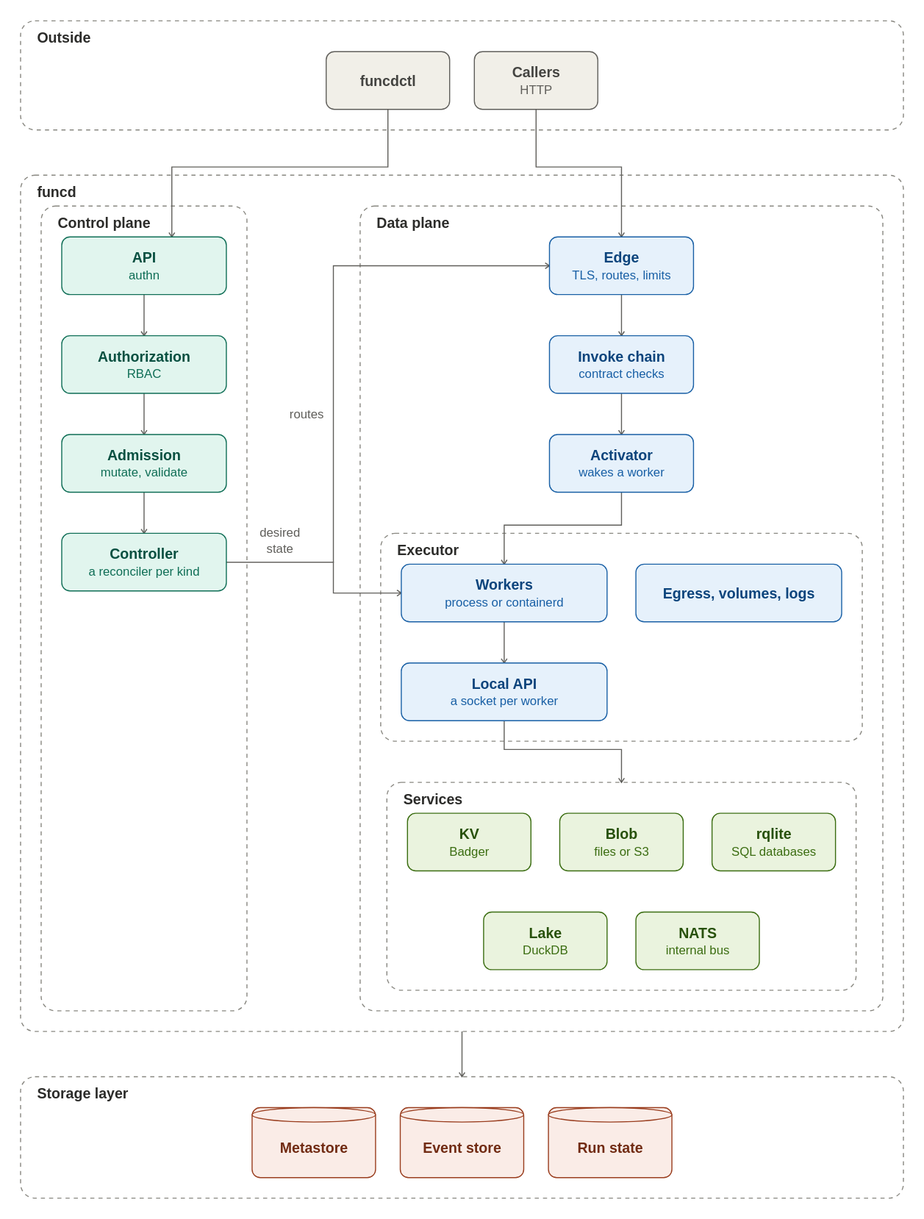
Before: docs/guide/assets/architecture.drawio.svg, a diagram exported from draw.io (pyvvo/funcd). Source tidied: cells renumbered, new cells last; positions are measured from the earlier drawing's top-left corner, leaving out a move shared by most shapes.
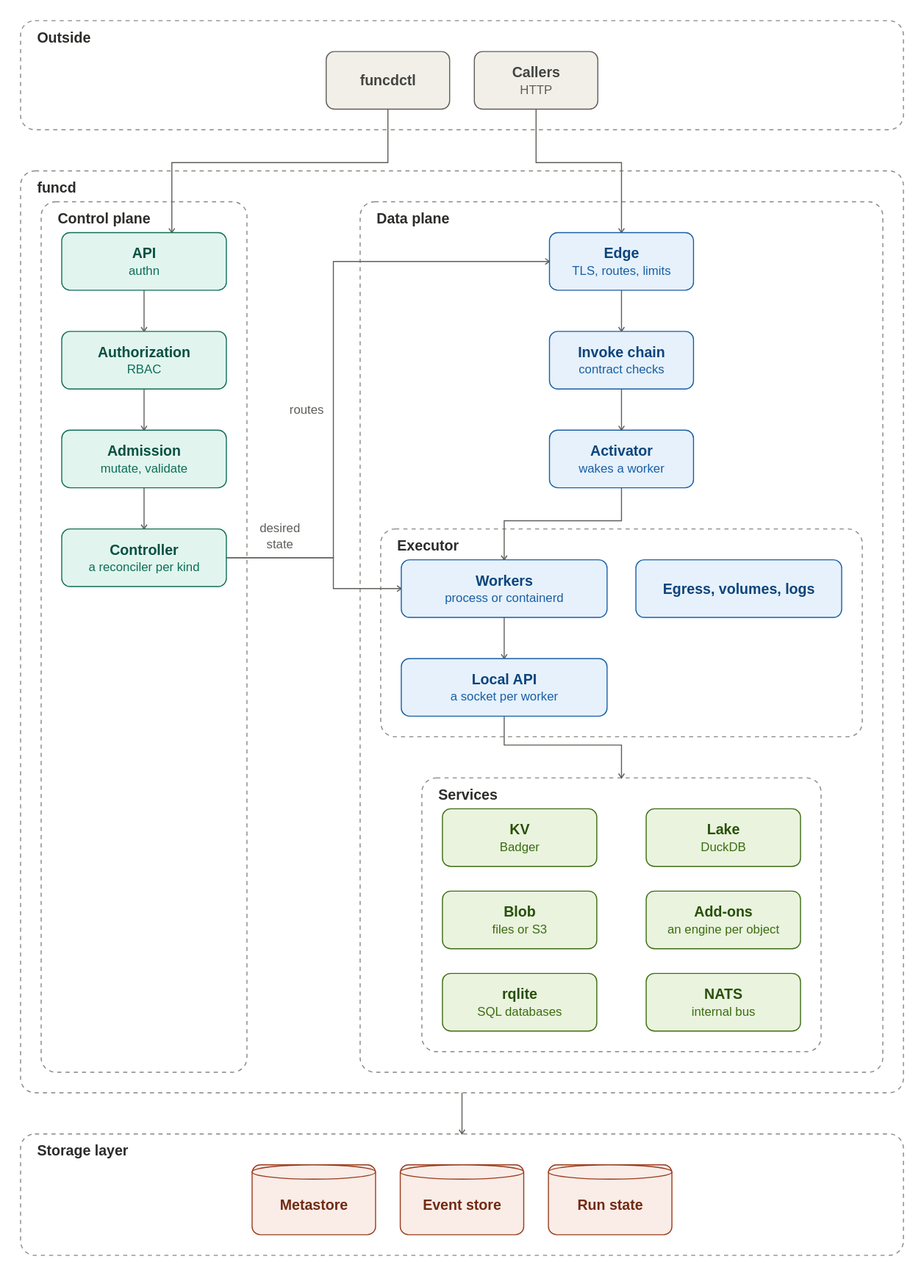
The same diagram one commit later.

Commit message:
docs(guide): the architecture pages show the add-on engines and the capture of every engine's output

The edit, as a diff of the source:
```diff
@@ -12,10 +12,10 @@
       <mxGeometry x="441" y="30" width="120" height="56" as="geometry" />
     </mxCell>
     <mxCell id="5" value="funcd" style="rounded=1;absoluteArcSize=1;arcSize=28;dashed=1;fillColor=none;strokeColor=#888780;fontStyle=1;fontSize=14;fontColor=#2C2C2A;align=left;verticalAlign=top;spacingLeft=10;spacingTop=2;html=1;" parent="1" vertex="1">
-      <mxGeometry y="150" width="858" height="832" as="geometry" />
+      <mxGeometry y="146" width="858" height="896" as="geometry" />
     </mxCell>
     <mxCell id="6" value="Control plane" style="rounded=1;absoluteArcSize=1;arcSize=28;dashed=1;fillColor=none;strokeColor=#888780;fontStyle=1;fontSize=14;fontColor=#2C2C2A;align=left;verticalAlign=top;spacingLeft=10;spacingTop=2;html=1;" parent="5" vertex="1">
-      <mxGeometry x="20" y="30" width="200" height="782" as="geometry" />
+      <mxGeometry x="20" y="30" width="200" height="846" as="geometry" />
     </mxCell>
     <mxCell id="7" value="&lt;b&gt;API&lt;/b&gt;&lt;br&gt;&lt;font style=&quot;font-size:12px&quot; color=&quot;#0F6E56&quot;&gt;authn&lt;/font&gt;" style="rounded=1;absoluteArcSize=1;arcSize=16;whiteSpace=wrap;html=1;fillColor=#E1F5EE;strokeColor=#0F6E56;fontColor=#085041;fontSize=14;" parent="6" vertex="1">
       <mxGeometry x="20" y="30" width="160" height="56" as="geometry" />
@@ -30,7 +30,7 @@
       <mxGeometry x="20" y="318" width="160" height="56" as="geometry" />
     </mxCell>
     <mxCell id="11" value="Data plane" style="rounded=1;absoluteArcSize=1;arcSize=28;dashed=1;fillColor=none;strokeColor=#888780;fontStyle=1;fontSize=14;fontColor=#2C2C2A;align=left;verticalAlign=top;spacingLeft=10;spacingTop=2;html=1;" parent="5" vertex="1">
-      <mxGeometry x="330" y="30" width="508" height="782" as="geometry" />
+      <mxGeometry x="330" y="30" width="508" height="846" as="geometry" />
     </mxCell>
     <mxCell id="12" value="&lt;b&gt;Edge&lt;/b&gt;&lt;br&gt;&lt;font style=&quot;font-size:12px&quot; color=&quot;#185FA5&quot;&gt;TLS, routes, limits&lt;/font&gt;" style="rounded=1;absoluteArcSize=1;arcSize=16;whiteSpace=wrap;html=1;fillColor=#E6F1FB;strokeColor=#185FA5;fontColor=#0C447C;fontSize=14;" parent="11" vertex="1">
       <mxGeometry x="184" y="30" width="140" height="56" as="geometry" />
@@ -54,40 +54,43 @@
       <mxGeometry x="248" y="30" width="200" height="56" as="geometry" />
     </mxCell>
     <mxCell id="19" value="Services" style="rounded=1;absoluteArcSize=1;arcSize=28;dashed=1;fillColor=none;strokeColor=#888780;fontStyle=1;fontSize=14;fontColor=#2C2C2A;align=left;verticalAlign=top;spacingLeft=10;spacingTop=2;html=1;" parent="11" vertex="1">
-      <mxGeometry x="26" y="560" width="456" height="202" as="geometry" />
+      <mxGeometry x="60" y="560" width="388" height="266" as="geometry" />
     </mxCell>
     <mxCell id="20" value="&lt;b&gt;KV&lt;/b&gt;&lt;br&gt;&lt;font style=&quot;font-size:12px&quot; color=&quot;#3B6D11&quot;&gt;Badger&lt;/font&gt;" style="rounded=1;absoluteArcSize=1;arcSize=16;whiteSpace=wrap;html=1;fillColor=#EAF3DE;strokeColor=#3B6D11;fontColor=#27500A;fontSize=14;" parent="19" vertex="1">
-      <mxGeometry x="20" y="30" width="120" height="56" as="geometry" />
+      <mxGeometry x="20" y="30" width="150" height="56" as="geometry" />
     </mxCell>
     <mxCell id="21" value="&lt;b&gt;Blob&lt;/b&gt;&lt;br&gt;&lt;font style=&quot;font-size:12px&quot; color=&quot;#3B6D11&quot;&gt;files or S3&lt;/font&gt;" style="rounded=1;absoluteArcSize=1;arcSize=16;whiteSpace=wrap;html=1;fillColor=#EAF3DE;strokeColor=#3B6D11;fontColor=#27500A;fontSize=14;" parent="19" vertex="1">
-      <mxGeometry x="168" y="30" width="120" height="56" as="geometry" />
+      <mxGeometry x="20" y="110" width="150" height="56" as="geometry" />
     </mxCell>
     <mxCell id="22" value="&lt;b&gt;rqlite&lt;/b&gt;&lt;br&gt;&lt;font style=&quot;font-size:12px&quot; color=&quot;#3B6D11&quot;&gt;SQL databases&lt;/font&gt;" style="rounded=1;absoluteArcSize=1;arcSize=16;whiteSpace=wrap;html=1;fillColor=#EAF3DE;strokeColor=#3B6D11;fontColor=#27500A;fontSize=14;" parent="19" vertex="1">
-      <mxGeometry x="316" y="30" width="120" height="56" as="geometry" />
+      <mxGeometry x="20" y="190" width="150" height="56" as="geometry" />
     </mxCell>
     <mxCell id="23" value="&lt;b&gt;Lake&lt;/b&gt;&lt;br&gt;&lt;font style=&quot;font-size:12px&quot; color=&quot;#3B6D11&quot;&gt;DuckDB&lt;/font&gt;" style="rounded=1;absoluteArcSize=1;arcSize=16;whiteSpace=wrap;html=1;fillColor=#EAF3DE;strokeColor=#3B6D11;fontColor=#27500A;fontSize=14;" parent="19" vertex="1">
-      <mxGeometry x="94" y="126" width="120" height="56" as="geometry" />
+      <mxGeometry x="218" y="30" width="150" height="56" as="geometry" />
     </mxCell>
-    <mxCell id="24" value="&lt;b&gt;NATS&lt;/b&gt;&lt;br&gt;&lt;font style=&quot;font-size:12px&quot; color=&quot;#3B6D11&quot;&gt;internal bus&lt;/font&gt;" style="rounded=1;absoluteArcSize=1;arcSize=16;whiteSpace=wrap;html=1;fillColor=#EAF3DE;strokeColor=#3B6D11;fontColor=#27500A;fontSize=14;" parent="19" vertex="1">
-      <mxGeometry x="242" y="126" width="120" height="56" as="geometry" />
+    <mxCell id="24" value="&lt;b&gt;Add-ons&lt;/b&gt;&lt;br&gt;&lt;font style=&quot;font-size:12px&quot; color=&quot;#3B6D11&quot;&gt;an engine per object&lt;/font&gt;" style="rounded=1;absoluteArcSize=1;arcSize=16;whiteSpace=wrap;html=1;fillColor=#EAF3DE;strokeColor=#3B6D11;fontColor=#27500A;fontSize=14;" parent="19" vertex="1">
+      <mxGeometry x="218" y="110" width="150" height="56" as="geometry" />
     </mxCell>
-    <mxCell id="25" value="Storage layer" style="rounded=1;absoluteArcSize=1;arcSize=28;dashed=1;fillColor=none;strokeColor=#888780;fontStyle=1;fontSize=14;fontColor=#2C2C2A;align=left;verticalAlign=top;spacingLeft=10;spacingTop=2;html=1;" parent="1" vertex="1">
-      <mxGeometry y="1026" width="858" height="118" as="geometry" />
+    <mxCell id="25" value="&lt;b&gt;NATS&lt;/b&gt;&lt;br&gt;&lt;font style=&quot;font-size:12px&quot; color=&quot;#3B6D11&quot;&gt;internal bus&lt;/font&gt;" style="rounded=1;absoluteArcSize=1;arcSize=16;whiteSpace=wrap;html=1;fillColor=#EAF3DE;strokeColor=#3B6D11;fontColor=#27500A;fontSize=14;" parent="19" vertex="1">
+      <mxGeometry x="218" y="190" width="150" height="56" as="geometry" />
     </mxCell>
-    <mxCell id="26" value="&lt;b&gt;Metastore&lt;/b&gt;" style="shape=cylinder3;boundedLbl=1;size=8;whiteSpace=wrap;html=1;fillColor=#FAECE7;strokeColor=#993C1D;fontColor=#712B13;fontSize=14;" parent="25" vertex="1">
-      <mxGeometry x="225" y="30" width="120" height="68" as="geometry" />
+    <mxCell id="26" value="Storage layer" style="rounded=1;absoluteArcSize=1;arcSize=28;dashed=1;fillColor=none;strokeColor=#888780;fontStyle=1;fontSize=14;fontColor=#2C2C2A;align=left;verticalAlign=top;spacingLeft=10;spacingTop=2;html=1;" parent="1" vertex="1">
+      <mxGeometry y="1082" width="858" height="118" as="geometry" />
     </mxCell>
-    <mxCell id="27" value="&lt;b&gt;Event store&lt;/b&gt;" style="shape=cylinder3;boundedLbl=1;size=8;whiteSpace=wrap;html=1;fillColor=#FAECE7;strokeColor=#993C1D;fontColor=#712B13;fontSize=14;" parent="25" vertex="1">
-      <mxGeometry x="369" y="30" width="120" height="68" as="geometry" />
+    <mxCell id="27" value="&lt;b&gt;Metastore&lt;/b&gt;" style="shape=cylinder3;boundedLbl=1;size=8;whiteSpace=wrap;html=1;fillColor=#FAECE7;strokeColor=#993C1D;fontColor=#712B13;fontSize=14;" parent="26" vertex="1">
+      <mxGeometry x="225" y="30" width="120" height="68" as="geometry" />
     </mxCell>
-    <mxCell id="28" value="&lt;b&gt;Run state&lt;/b&gt;" style="shape=cylinder3;boundedLbl=1;size=8;whiteSpace=wrap;html=1;fillColor=#FAECE7;strokeColor=#993C1D;fontColor=#712B13;fontSize=14;" parent="25" vertex="1">
-      <mxGeometry x="513" y="30" width="120" height="68" as="geometry" />
+    <mxCell id="28" value="&lt;b&gt;Event store&lt;/b&gt;" style="shape=cylinder3;boundedLbl=1;size=8;whiteSpace=wrap;html=1;fillColor=#FAECE7;strokeColor=#993C1D;fontColor=#712B13;fontSize=14;" parent="26" vertex="1">
+      <mxGeometry x="369" y="30" width="120" height="68" as="geometry" />
     </mxCell>
+    <mxCell id="42" value="&lt;b&gt;Run state&lt;/b&gt;" style="shape=cylinder3;boundedLbl=1;size=8;whiteSpace=wrap;html=1;fillColor=#FAECE7;strokeColor=#993C1D;fontColor=#712B13;fontSize=14;" parent="26" vertex="1">
+      <mxGeometry x="513" y="30" width="120" height="68" as="geometry" />
+    </mxCell>
     <mxCell id="29" style="edgeStyle=orthogonalEdgeStyle;rounded=0;html=1;jettySize=auto;strokeColor=#5F5E5A;fontColor=#5F5E5A;fontSize=12;labelBackgroundColor=#FFFFFF;endSize=7;endArrow=open;endFill=0;exitX=0.5;exitY=1;exitDx=0;exitDy=0;exitPerimeter=0;entryX=0.669;entryY=0;entryDx=0;entryDy=0;entryPerimeter=0;" parent="1" edge="1" source="3" target="7">
       <mxGeometry relative="1" as="geometry">
         <Array as="points">
-          <mxPoint x="357" y="142" />
-          <mxPoint x="147" y="142" />
+          <mxPoint x="357" y="138" />
+          <mxPoint x="147" y="138" />
         </Array>
       </mxGeometry>
     </mxCell>
@@ -103,8 +106,8 @@
     <mxCell id="33" value="routes" style="edgeStyle=orthogonalEdgeStyle;rounded=0;html=1;jettySize=auto;strokeColor=#5F5E5A;fontColor=#5F5E5A;fontSize=12;labelBackgroundColor=#FFFFFF;endSize=7;endArrow=open;endFill=0;exitX=1;exitY=0.5;exitDx=0;exitDy=0;exitPerimeter=0;entryX=0;entryY=0.5;entryDx=0;entryDy=0;entryPerimeter=0;" parent="1" edge="1" source="10" target="12">
       <mxGeometry x="-0.18" relative="1" as="geometry">
         <Array as="points">
-          <mxPoint x="304" y="526" />
-          <mxPoint x="304" y="238" />
+          <mxPoint x="304" y="522" />
+          <mxPoint x="304" y="234" />
         </Array>
         <mxPoint x="-26" as="offset" />
       </mxGeometry>
@@ -112,8 +115,8 @@
     <mxCell id="34" value="desired state" style="edgeStyle=orthogonalEdgeStyle;rounded=0;html=1;jettySize=auto;strokeColor=#5F5E5A;fontColor=#5F5E5A;fontSize=12;labelBackgroundColor=#FFFFFF;endSize=7;endArrow=open;endFill=0;exitX=1;exitY=0.5;exitDx=0;exitDy=0;exitPerimeter=0;entryX=0;entryY=0.5;entryDx=0;entryDy=0;entryPerimeter=0;" parent="1" edge="1" source="10" target="16">
       <mxGeometry x="-0.48" relative="1" as="geometry">
         <Array as="points">
-          <mxPoint x="304" y="526" />
-          <mxPoint x="304" y="556" />
+          <mxPoint x="304" y="522" />
+          <mxPoint x="304" y="552" />
         </Array>
         <mxPoint y="-21" as="offset" />
       </mxGeometry>
@@ -121,8 +124,8 @@
     <mxCell id="35" style="edgeStyle=orthogonalEdgeStyle;rounded=0;html=1;jettySize=auto;strokeColor=#5F5E5A;fontColor=#5F5E5A;fontSize=12;labelBackgroundColor=#FFFFFF;endSize=7;endArrow=open;endFill=0;exitX=0.5;exitY=1;exitDx=0;exitDy=0;exitPerimeter=0;entryX=0.5;entryY=0;entryDx=0;entryDy=0;entryPerimeter=0;" parent="1" edge="1" source="4" target="12">
       <mxGeometry relative="1" as="geometry">
         <Array as="points">
-          <mxPoint x="501" y="142" />
-          <mxPoint x="584" y="142" />
+          <mxPoint x="501" y="138" />
+          <mxPoint x="584" y="138" />
         </Array>
       </mxGeometry>
     </mxCell>
@@ -135,8 +138,8 @@
     <mxCell id="38" style="edgeStyle=orthogonalEdgeStyle;rounded=0;html=1;jettySize=auto;strokeColor=#5F5E5A;fontColor=#5F5E5A;fontSize=12;labelBackgroundColor=#FFFFFF;endSize=7;endArrow=open;endFill=0;exitX=0.5;exitY=1;exitDx=0;exitDy=0;exitPerimeter=0;entryX=0.5;entryY=0;entryDx=0;entryDy=0;entryPerimeter=0;" parent="1" edge="1" source="14" target="16">
       <mxGeometry relative="1" as="geometry">
         <Array as="points">
-          <mxPoint x="584" y="490" />
-          <mxPoint x="470" y="490" />
+          <mxPoint x="584" y="486" />
+          <mxPoint x="470" y="486" />
         </Array>
       </mxGeometry>
     </mxCell>
@@ -146,12 +149,12 @@
     <mxCell id="40" style="edgeStyle=orthogonalEdgeStyle;rounded=0;html=1;jettySize=auto;strokeColor=#5F5E5A;fontColor=#5F5E5A;fontSize=12;labelBackgroundColor=#FFFFFF;endSize=7;endArrow=open;endFill=0;exitX=0.5;exitY=1;exitDx=0;exitDy=0;exitPerimeter=0;entryX=0.5;entryY=0;entryDx=0;entryDy=0;entryPerimeter=0;" parent="1" edge="1" source="17" target="19">
       <mxGeometry relative="1" as="geometry">
         <Array as="points">
-          <mxPoint x="470" y="708" />
-          <mxPoint x="584" y="708" />
+          <mxPoint x="470" y="704" />
+          <mxPoint x="584" y="704" />
         </Array>
       </mxGeometry>
     </mxCell>
-    <mxCell id="41" style="edgeStyle=orthogonalEdgeStyle;rounded=0;html=1;jettySize=auto;strokeColor=#5F5E5A;fontColor=#5F5E5A;fontSize=12;labelBackgroundColor=#FFFFFF;endSize=7;endArrow=open;endFill=0;exitX=0.5;exitY=1;exitDx=0;exitDy=0;exitPerimeter=0;entryX=0.5;entryY=0;entryDx=0;entryDy=0;entryPerimeter=0;" parent="1" edge="1" source="5" target="25">
+    <mxCell id="41" style="edgeStyle=orthogonalEdgeStyle;rounded=0;html=1;jettySize=auto;strokeColor=#5F5E5A;fontColor=#5F5E5A;fontSize=12;labelBackgroundColor=#FFFFFF;endSize=7;endArrow=open;endFill=0;exitX=0.5;exitY=1;exitDx=0;exitDy=0;exitPerimeter=0;entryX=0.5;entryY=0;entryDx=0;entryDy=0;entryPerimeter=0;" parent="1" edge="1" source="5" target="26">
       <mxGeometry relative="1" as="geometry" />
     </mxCell>
   </root>
```
